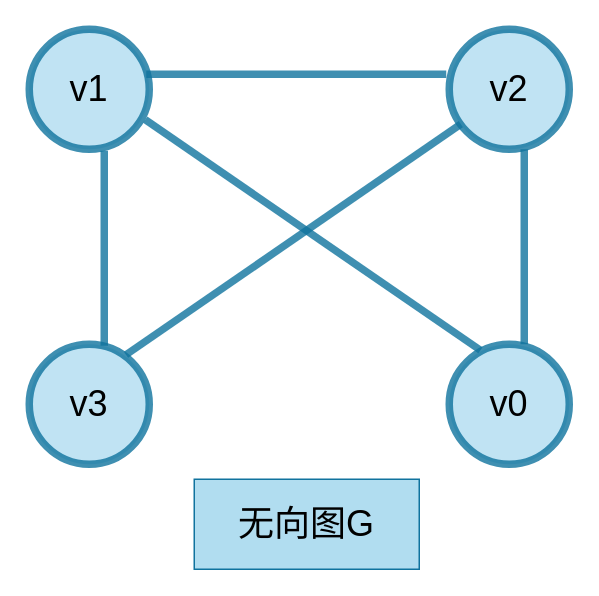
Earlier version of the draw.io diagram 无向图.drawio (SamPong/software). Source tidied: cells renumbered, new cells numbered last; positions are measured from the earlier drawing's top-left corner, leaving out a move shared by most shapes. Both pictures are drawn from the tidied source at 150%, with x=0, y=0 at pixel (28, 28).
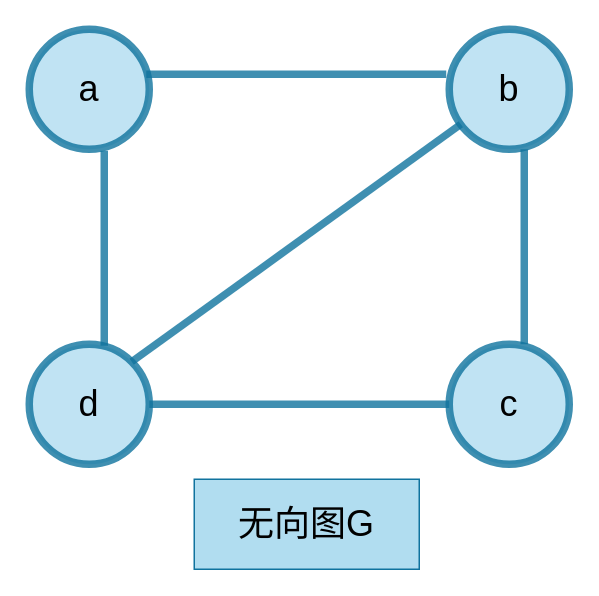
After the change.

Commit message:
更新无向图.drawio

The edit, as a diff of the source:
```diff
@@
 <mxGraphModel>
   <root>
     <mxCell id="0" />
     <mxCell id="1" parent="0" />
-    <mxCell id="2" value="&lt;font style=&quot;font-size: 24px;&quot;&gt;v1&lt;/font&gt;" style="ellipse;whiteSpace=wrap;html=1;strokeWidth=5;strokeColor=#10739e;shadow=0;opacity=80;fixDash=0;backgroundOutline=0;fillColor=#b1ddf0;" parent="1" vertex="1">
+    <mxCell id="2" value="&lt;font style=&quot;font-size: 24px;&quot;&gt;a&lt;/font&gt;" style="ellipse;whiteSpace=wrap;html=1;strokeWidth=5;strokeColor=#10739e;shadow=0;opacity=80;fixDash=0;backgroundOutline=0;fillColor=#b1ddf0;" parent="1" vertex="1">
       <mxGeometry width="80" height="80" as="geometry" />
     </mxCell>
-    <mxCell id="3" value="&lt;font style=&quot;font-size: 24px;&quot;&gt;v0&lt;/font&gt;" style="ellipse;whiteSpace=wrap;html=1;strokeWidth=5;strokeColor=#10739e;shadow=0;opacity=80;snapToPoint=1;fixDash=0;backgroundOutline=0;fillColor=#b1ddf0;" parent="1" vertex="1">
+    <mxCell id="3" value="&lt;font style=&quot;font-size: 24px;&quot;&gt;c&lt;/font&gt;" style="ellipse;whiteSpace=wrap;html=1;strokeWidth=5;strokeColor=#10739e;shadow=0;opacity=80;snapToPoint=1;fixDash=0;backgroundOutline=0;fillColor=#b1ddf0;" parent="1" vertex="1">
       <mxGeometry x="280" y="210" width="80" height="80" as="geometry" />
     </mxCell>
-    <mxCell id="4" value="&lt;font style=&quot;font-size: 24px;&quot;&gt;v3&lt;/font&gt;" style="ellipse;whiteSpace=wrap;html=1;strokeWidth=5;strokeColor=#10739e;shadow=0;opacity=80;snapToPoint=1;fixDash=0;backgroundOutline=0;fillColor=#b1ddf0;" parent="1" vertex="1">
+    <mxCell id="4" value="&lt;font style=&quot;font-size: 24px;&quot;&gt;d&lt;/font&gt;" style="ellipse;whiteSpace=wrap;html=1;strokeWidth=5;strokeColor=#10739e;shadow=0;opacity=80;snapToPoint=1;fixDash=0;backgroundOutline=0;fillColor=#b1ddf0;" parent="1" vertex="1">
       <mxGeometry y="210" width="80" height="80" as="geometry" />
     </mxCell>
-    <mxCell id="5" value="&lt;font style=&quot;font-size: 24px;&quot;&gt;v2&lt;/font&gt;" style="ellipse;whiteSpace=wrap;html=1;strokeWidth=5;strokeColor=#10739e;shadow=0;opacity=80;fixDash=0;backgroundOutline=0;fillColor=#b1ddf0;" parent="1" vertex="1">
+    <mxCell id="5" value="&lt;font style=&quot;font-size: 24px;&quot;&gt;b&lt;/font&gt;" style="ellipse;whiteSpace=wrap;html=1;strokeWidth=5;strokeColor=#10739e;shadow=0;opacity=80;fixDash=0;backgroundOutline=0;fillColor=#b1ddf0;" parent="1" vertex="1">
       <mxGeometry x="280" width="80" height="80" as="geometry" />
     </mxCell>
     <mxCell id="6" style="endArrow=none;html=1;rounded=0;exitX=1;exitY=0.5;exitDx=0;exitDy=0;entryX=0;entryY=0.5;entryDx=0;entryDy=0;strokeWidth=5;strokeColor=#10739e;shadow=0;opacity=80;snapToPoint=1;fixDash=0;backgroundOutline=0;endFill=0;startArrow=none;startFill=0;fillColor=#b1ddf0;" parent="1" edge="1">
       <mxGeometry relative="1" as="geometry">
         <mxPoint x="78" y="30" as="sourcePoint" />
         <mxPoint x="278" y="30" as="targetPoint" />
         <Array as="points">
           <mxPoint x="138" y="30" />
         </Array>
       </mxGeometry>
     </mxCell>
-    <mxCell id="7" style="endArrow=none;html=1;rounded=0;entryX=0;entryY=1;entryDx=0;entryDy=0;strokeWidth=5;strokeColor=#10739e;shadow=0;opacity=80;snapToPoint=1;fixDash=0;backgroundOutline=0;endFill=0;fillColor=#b1ddf0;startArrow=none;startFill=0;" parent="1" edge="1">
+    <mxCell id="7" style="endArrow=none;html=1;rounded=0;entryX=0;entryY=1;entryDx=0;entryDy=0;strokeWidth=5;strokeColor=#10739e;shadow=0;opacity=80;snapToPoint=1;fixDash=0;backgroundOutline=0;endFill=0;fillColor=#b1ddf0;startArrow=none;startFill=0;exitX=1;exitY=0;exitDx=0;exitDy=0;" parent="1" edge="1" source="4">
       <mxGeometry relative="1" as="geometry">
-        <mxPoint x="64.5" y="217" as="sourcePoint" />
         <mxPoint x="287.7" y="63.3" as="targetPoint" />
       </mxGeometry>
     </mxCell>
-    <mxCell id="8" style="endArrow=none;html=1;rounded=0;exitX=1;exitY=1;exitDx=0;exitDy=0;strokeWidth=5;strokeColor=#10739e;shadow=0;opacity=80;snapToPoint=1;fixDash=0;backgroundOutline=0;endFill=0;fillColor=#b1ddf0;startArrow=none;startFill=0;" parent="1" edge="1">
-      <mxGeometry relative="1" as="geometry">
-        <mxPoint x="77.3" y="60.3" as="sourcePoint" />
-        <mxPoint x="300.8" y="214" as="targetPoint" />
-      </mxGeometry>
+    <mxCell id="8" style="endArrow=none;html=1;rounded=0;exitX=1;exitY=0.5;exitDx=0;exitDy=0;strokeWidth=5;strokeColor=#10739e;shadow=0;opacity=80;snapToPoint=1;fixDash=0;backgroundOutline=0;endFill=0;fillColor=#b1ddf0;startArrow=none;startFill=0;" parent="1" edge="1" source="4" target="3">
+      <mxGeometry relative="1" as="geometry" />
     </mxCell>
     <mxCell id="9" style="endArrow=none;html=1;rounded=0;exitX=0.5;exitY=1;exitDx=0;exitDy=0;entryX=0.5;entryY=0;entryDx=0;entryDy=0;strokeWidth=5;strokeColor=#10739e;shadow=0;opacity=80;snapToPoint=1;fixDash=0;backgroundOutline=0;endFill=0;startArrow=none;startFill=0;fillColor=#b1ddf0;" parent="1" edge="1">
       <mxGeometry relative="1" as="geometry">
         <mxPoint x="50" y="81" as="sourcePoint" />
         <mxPoint x="50" y="211" as="targetPoint" />
       </mxGeometry>
     </mxCell>
     <mxCell id="10" style="endArrow=none;html=1;rounded=0;exitX=0.5;exitY=1;exitDx=0;exitDy=0;strokeWidth=5;strokeColor=#10739e;shadow=0;opacity=80;snapToPoint=1;fixDash=0;backgroundOutline=0;endFill=0;startArrow=none;startFill=0;fillColor=#b1ddf0;" parent="1" edge="1">
       <mxGeometry relative="1" as="geometry">
         <mxPoint x="330" y="80" as="sourcePoint" />
         <mxPoint x="330" y="210" as="targetPoint" />
       </mxGeometry>
     </mxCell>
     <mxCell id="11" value="&lt;font style=&quot;font-size: 24px;&quot;&gt;无向图G&lt;/font&gt;" style="rounded=0;whiteSpace=wrap;html=1;fillColor=#b1ddf0;strokeColor=#10739e;" parent="1" vertex="1">
       <mxGeometry x="110" y="300" width="150" height="60" as="geometry" />
     </mxCell>
   </root>
 </mxGraphModel>
```
